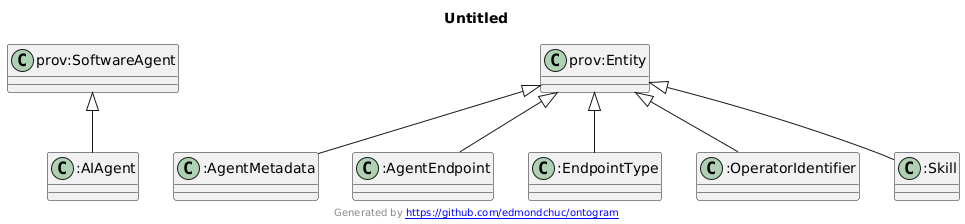
Agentic-Trust-Layer/agent-explorer keeps this PlantUML diagram as docs/ontology/images/sections/core-metadata.png. Above is the earlier version.
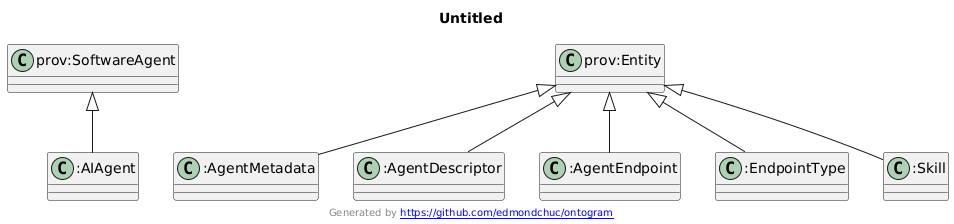
The same diagram one commit later.

What changed in the source:
```diff
@@ -2,9 +2,9 @@
 title Untitled
 "prov:SoftwareAgent" <|-- ":AIAgent"
 "prov:Entity" <|-- ":AgentMetadata"
+"prov:Entity" <|-- ":AgentDescriptor"
 "prov:Entity" <|-- ":AgentEndpoint"
 "prov:Entity" <|-- ":EndpointType"
-"prov:Entity" <|-- ":OperatorIdentifier"
 "prov:Entity" <|-- ":Skill"
 Class "prov:SoftwareAgent" [[http://www.w3.org/ns/prov#SoftwareAgent]] {
 }
@@ -14,11 +14,11 @@
 }
 Class ":AgentMetadata" [[https://www.agentictrust.io/ontology/agentictrust#AgentMetadata]] {
 }
+Class ":AgentDescriptor" [[https://www.agentictrust.io/ontology/agentictrust#AgentDescriptor]] {
+}
 Class ":AgentEndpoint" [[https://www.agentictrust.io/ontology/agentictrust#AgentEndpoint]] {
 }
 Class ":EndpointType" [[https://www.agentictrust.io/ontology/agentictrust#EndpointType]] {
-}
-Class ":OperatorIdentifier" [[https://www.agentictrust.io/ontology/agentictrust#OperatorIdentifier]] {
 }
 Class ":Skill" [[https://www.agentictrust.io/ontology/agentictrust#Skill]] {
 }
```
